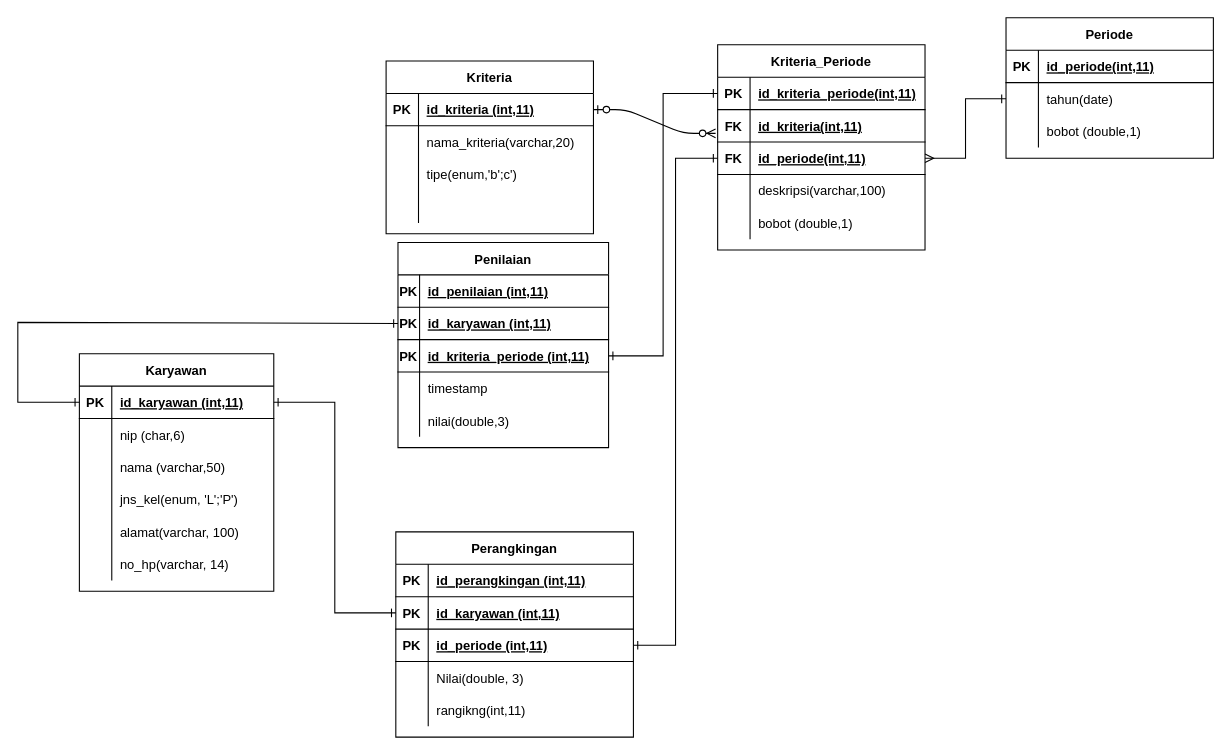
Above: page "RELASI TABEL" (3 of 3) of wireframe spk saw.drawio in isal69/spk-saw (draw.io), before the change. Source tidied: cells renumbered, new cells numbered last; positions are measured from the earlier drawing's top-left corner, leaving out a move shared by most shapes. Both pictures are drawn from the tidied source at 108%, with x=0, y=0 at pixel (17, 17).
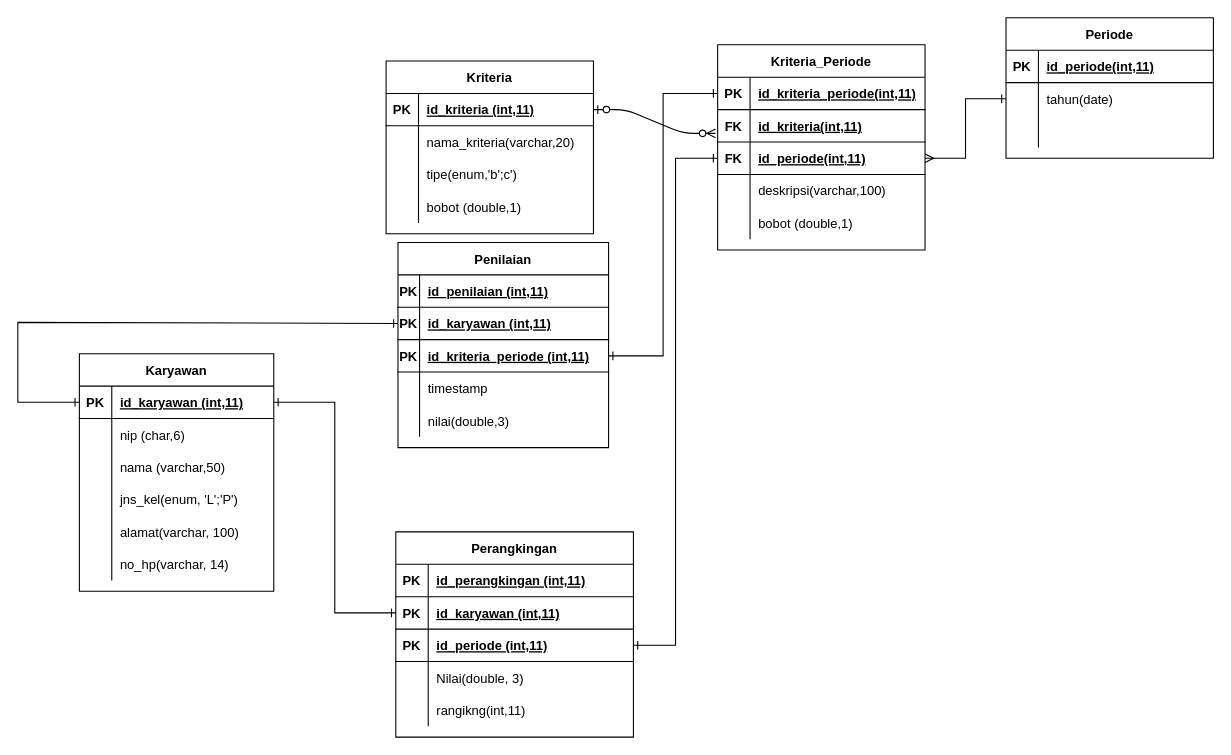
The same page after the edit.

The change refers to these unchanged cells:
```xml
<mxCell id="31" style="shape=partialRectangle;fillColor=none;top=0;left=0;bottom=0;right=0;" parent="21" vertex="1">
  <mxGeometry y="120" width="192" height="30" as="geometry" />
</mxCell>
<mxCell id="41" style="shape=partialRectangle;fillColor=none;top=0;left=0;bottom=0;right=0;" parent="34" vertex="1">
  <mxGeometry y="90" width="192" height="30" as="geometry" />
</mxCell>
```

Change to the diagram source:
```diff
@@
-    <mxCell id="33" style="shape=partialRectangle;fillColor=none;top=0;left=0;bottom=0;right=0;align=left;spacingLeft=6;overflow=hidden;" parent="31" vertex="1">
+    <mxCell id="33" value="bobot (double,1)" style="shape=partialRectangle;fillColor=none;top=0;left=0;bottom=0;right=0;align=left;spacingLeft=6;overflow=hidden;" parent="31" vertex="1">
       <mxGeometry x="30" width="162" height="30" as="geometry" />
     </mxCell>
@@
-    <mxCell id="43" value="bobot (double,1)" style="shape=partialRectangle;fillColor=none;top=0;left=0;bottom=0;right=0;align=left;spacingLeft=6;overflow=hidden;" parent="41" vertex="1">
+    <mxCell id="43" style="shape=partialRectangle;fillColor=none;top=0;left=0;bottom=0;right=0;align=left;spacingLeft=6;overflow=hidden;" parent="41" vertex="1">
       <mxGeometry x="30" width="162" height="30" as="geometry" />
     </mxCell>
```
